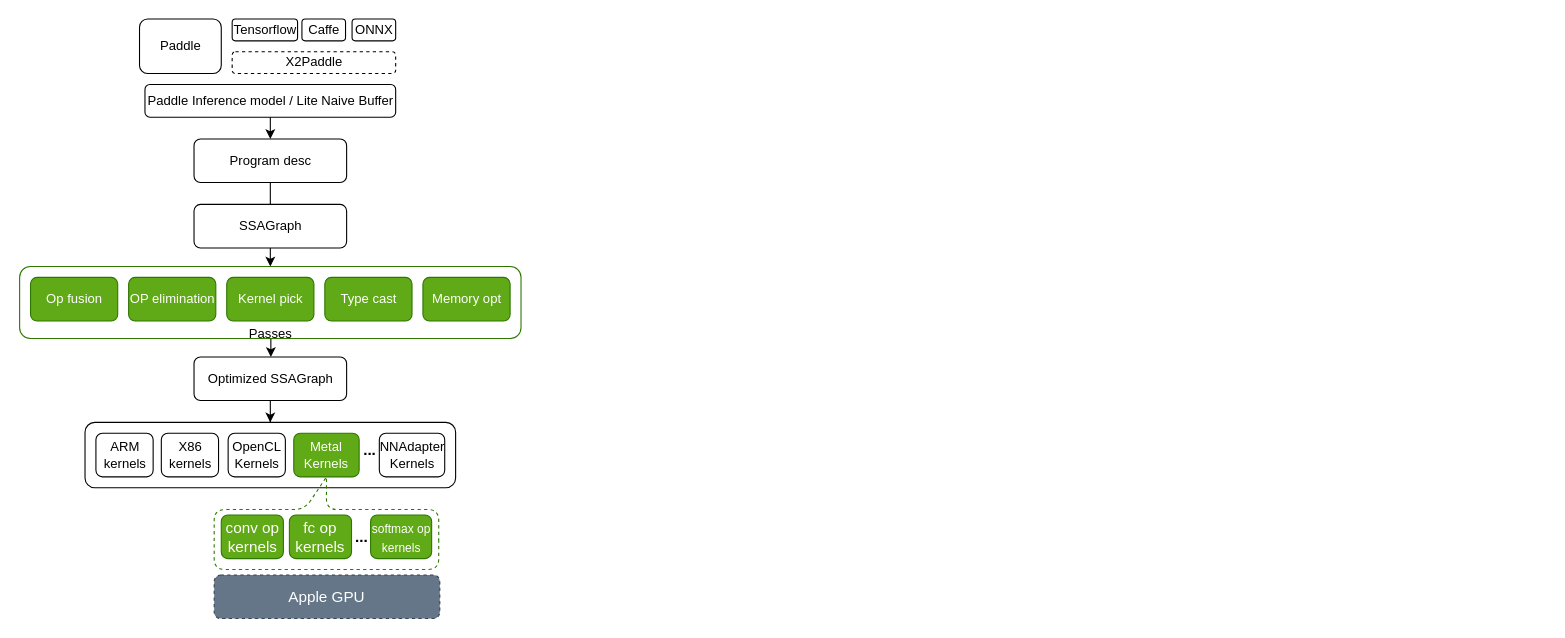
Before: page "Page-2" (2 of 2) of docs/metal.drawio in zhangjun/my_notes, a draw.io diagram. Source tidied: cells renumbered, new cells numbered last; positions are measured from the earlier drawing's top-left corner, leaving out a move shared by most shapes. Both pictures are drawn from the tidied source at 109%, with x=0, y=0 at pixel (19, 19).
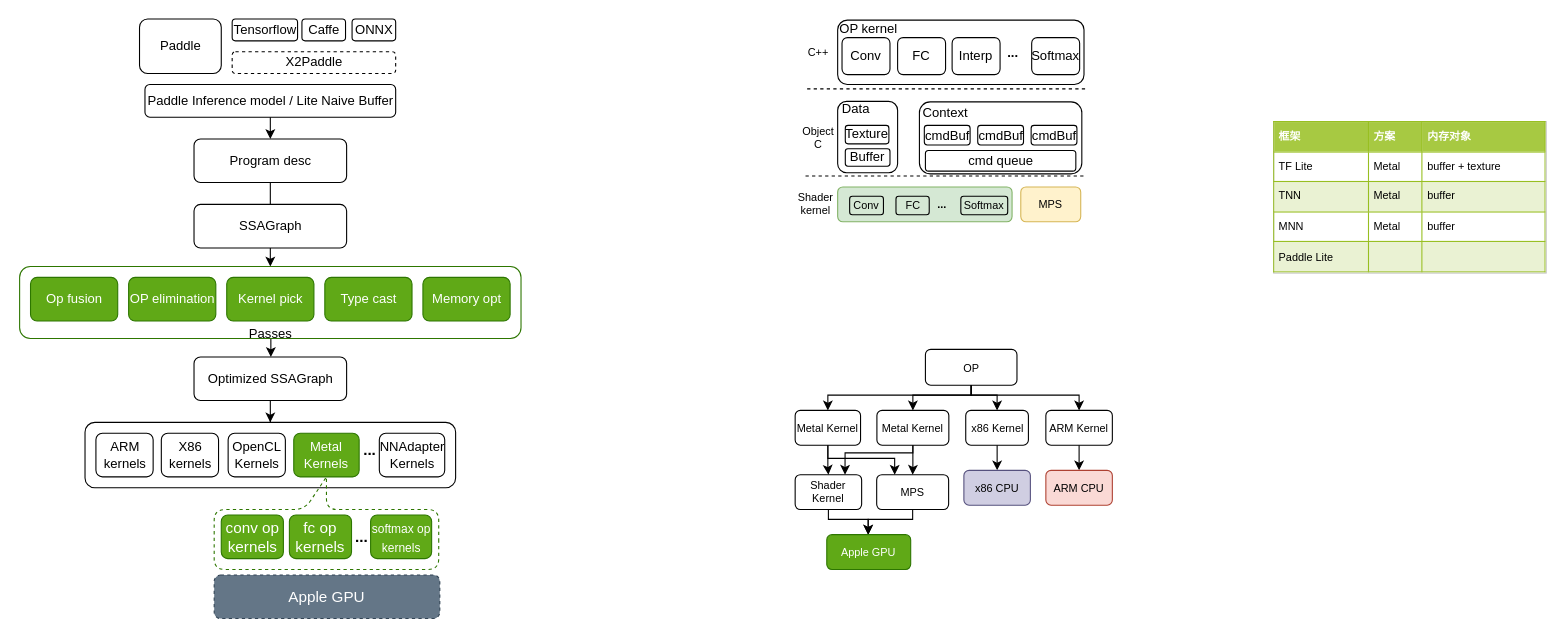
After the change.

Change to the diagram source:
```diff
@@
+    <mxCell id="34" style="rounded=1;whiteSpace=wrap;html=1;" parent="1" vertex="1">
+      <mxGeometry x="751" y="1" width="226" height="59" as="geometry" />
+    </mxCell>
+    <mxCell id="35" value="Conv" style="rounded=1;whiteSpace=wrap;html=1;" parent="1" vertex="1">
+      <mxGeometry x="755" y="17" width="44" height="34" as="geometry" />
+    </mxCell>
+    <mxCell id="36" value="FC" style="rounded=1;whiteSpace=wrap;html=1;" parent="1" vertex="1">
+      <mxGeometry x="806" y="17" width="44" height="34" as="geometry" />
+    </mxCell>
+    <mxCell id="37" value="Interp" style="rounded=1;whiteSpace=wrap;html=1;" parent="1" vertex="1">
+      <mxGeometry x="856" y="17" width="44" height="34" as="geometry" />
+    </mxCell>
+    <mxCell id="38" value="Softmax" style="rounded=1;whiteSpace=wrap;html=1;" parent="1" vertex="1">
+      <mxGeometry x="929" y="17" width="44" height="34" as="geometry" />
+    </mxCell>
+    <mxCell id="39" value="&lt;b&gt;...&lt;/b&gt;" style="text;html=1;strokeColor=none;fillColor=none;align=center;verticalAlign=middle;whiteSpace=wrap;rounded=0;" parent="1" vertex="1">
+      <mxGeometry x="900" y="26" width="24" height="10" as="geometry" />
+    </mxCell>
+    <mxCell id="40" value="OP kernel" style="text;html=1;strokeColor=none;fillColor=none;align=center;verticalAlign=middle;whiteSpace=wrap;rounded=0;" parent="1" vertex="1">
+      <mxGeometry x="751" width="57" height="17" as="geometry" />
+    </mxCell>
+    <mxCell id="41" value="cmdBuf" style="rounded=1;whiteSpace=wrap;html=1;" parent="1" vertex="1">
+      <mxGeometry x="830.5" y="97.5" width="42" height="18" as="geometry" />
+    </mxCell>
+    <mxCell id="42" value="cmdBuf" style="rounded=1;whiteSpace=wrap;html=1;" parent="1" vertex="1">
+      <mxGeometry x="879.5" y="97.5" width="42" height="18" as="geometry" />
+    </mxCell>
+    <mxCell id="43" value="cmdBuf" style="rounded=1;whiteSpace=wrap;html=1;" parent="1" vertex="1">
+      <mxGeometry x="928.5" y="97.5" width="42" height="18" as="geometry" />
+    </mxCell>
+    <mxCell id="44" value="cmd queue" style="rounded=1;whiteSpace=wrap;html=1;" parent="1" vertex="1">
+      <mxGeometry x="831.5" y="120.5" width="138" height="19" as="geometry" />
+    </mxCell>
+    <mxCell id="45" style="rounded=1;whiteSpace=wrap;html=1;fillColor=none;" parent="1" vertex="1">
+      <mxGeometry x="826" y="76" width="149" height="66" as="geometry" />
+    </mxCell>
+    <mxCell id="46" value="Context" style="text;html=1;strokeColor=none;fillColor=none;align=center;verticalAlign=middle;whiteSpace=wrap;rounded=0;" parent="1" vertex="1">
+      <mxGeometry x="828.5" y="76" width="42" height="19" as="geometry" />
+    </mxCell>
+    <mxCell id="47" value="Texture" style="rounded=1;whiteSpace=wrap;html=1;fillColor=none;" parent="1" vertex="1">
+      <mxGeometry x="758" y="97.5" width="40" height="17" as="geometry" />
+    </mxCell>
+    <mxCell id="48" value="Buffer" style="rounded=1;whiteSpace=wrap;html=1;fillColor=none;" parent="1" vertex="1">
+      <mxGeometry x="758" y="119" width="41" height="16" as="geometry" />
+    </mxCell>
+    <mxCell id="49" style="rounded=1;whiteSpace=wrap;html=1;fillColor=#d5e8d4;strokeColor=#82b366;" parent="1" vertex="1">
+      <mxGeometry x="751" y="154" width="160" height="32" as="geometry" />
+    </mxCell>
+    <mxCell id="50" style="rounded=1;whiteSpace=wrap;html=1;fillColor=none;" parent="1" vertex="1">
+      <mxGeometry x="751" y="75.5" width="55" height="65.5" as="geometry" />
+    </mxCell>
+    <mxCell id="51" value="Data" style="text;html=1;strokeColor=none;fillColor=none;align=center;verticalAlign=middle;whiteSpace=wrap;rounded=0;" parent="1" vertex="1">
+      <mxGeometry x="751" y="72" width="34" height="22" as="geometry" />
+    </mxCell>
+    <mxCell id="52" value="&lt;div&gt;&lt;span&gt;&lt;font style=&quot;font-size: 10px&quot;&gt;MPS&lt;/font&gt;&lt;/span&gt;&lt;/div&gt;" style="rounded=1;whiteSpace=wrap;html=1;fillColor=#fff2cc;align=center;strokeColor=#d6b656;" parent="1" vertex="1">
+      <mxGeometry x="919" y="154" width="55" height="32" as="geometry" />
+    </mxCell>
+    <mxCell id="53" value="Conv" style="rounded=1;whiteSpace=wrap;html=1;fontFamily=Helvetica;fontSize=10;fillColor=none;" parent="1" vertex="1">
+      <mxGeometry x="762" y="162.5" width="31" height="17" as="geometry" />
+    </mxCell>
+    <mxCell id="54" value="FC" style="rounded=1;whiteSpace=wrap;html=1;fontFamily=Helvetica;fontSize=10;fillColor=none;" parent="1" vertex="1">
+      <mxGeometry x="804.5" y="162.5" width="30.5" height="17" as="geometry" />
+    </mxCell>
+    <mxCell id="55" value="Softmax" style="rounded=1;whiteSpace=wrap;html=1;fontFamily=Helvetica;fontSize=10;fillColor=none;" parent="1" vertex="1">
+      <mxGeometry x="864" y="162.5" width="43" height="17" as="geometry" />
+    </mxCell>
+    <mxCell id="56" value="&lt;b&gt;...&lt;/b&gt;" style="text;html=1;strokeColor=none;fillColor=none;align=center;verticalAlign=middle;whiteSpace=wrap;rounded=0;fontFamily=Helvetica;fontSize=10;" parent="1" vertex="1">
+      <mxGeometry x="830" y="162.5" width="34" height="14" as="geometry" />
+    </mxCell>
+    <mxCell id="57" value="Shader&lt;br&gt;kernel" style="text;html=1;strokeColor=none;fillColor=none;align=center;verticalAlign=middle;whiteSpace=wrap;rounded=0;fontFamily=Helvetica;fontSize=10;" parent="1" vertex="1">
+      <mxGeometry x="711" y="161.5" width="40" height="15" as="geometry" />
+    </mxCell>
+    <mxCell id="58" style="endArrow=none;dashed=1;html=1;rounded=0;fontFamily=Helvetica;fontSize=10;" parent="1" edge="1">
+      <mxGeometry relative="1" as="geometry">
+        <mxPoint x="723" y="64" as="sourcePoint" />
+        <mxPoint x="979" y="64" as="targetPoint" />
+      </mxGeometry>
+    </mxCell>
+    <mxCell id="59" value="C++" style="text;html=1;strokeColor=none;fillColor=none;align=center;verticalAlign=middle;whiteSpace=wrap;rounded=0;fontFamily=Helvetica;fontSize=10;" parent="1" vertex="1">
+      <mxGeometry x="718" y="22.5" width="31" height="15" as="geometry" />
+    </mxCell>
+    <mxCell id="60" value="Object C" style="text;html=1;strokeColor=none;fillColor=none;align=center;verticalAlign=middle;whiteSpace=wrap;rounded=0;fontFamily=Helvetica;fontSize=10;" parent="1" vertex="1">
+      <mxGeometry x="718" y="101.5" width="31" height="15" as="geometry" />
+    </mxCell>
+    <mxCell id="61" style="endArrow=none;dashed=1;html=1;rounded=0;fontFamily=Helvetica;fontSize=10;" parent="1" edge="1">
+      <mxGeometry relative="1" as="geometry">
+        <mxPoint x="721.5" y="144" as="sourcePoint" />
+        <mxPoint x="977.5" y="144" as="targetPoint" />
+      </mxGeometry>
+    </mxCell>
+    <mxCell id="62" style="edgeStyle=orthogonalEdgeStyle;rounded=0;jettySize=auto;html=1;fontFamily=Helvetica;fontSize=10;entryX=0.5;entryY=0;entryDx=0;entryDy=0;" parent="1" edge="1" source="66" target="69">
+      <mxGeometry relative="1" as="geometry">
+        <Array as="points">
+          <mxPoint x="874" y="345" />
+          <mxPoint x="742" y="345" />
+        </Array>
+      </mxGeometry>
+    </mxCell>
+    <mxCell id="63" style="edgeStyle=orthogonalEdgeStyle;rounded=0;jettySize=auto;html=1;fontFamily=Helvetica;fontSize=10;entryX=0.5;entryY=0;entryDx=0;entryDy=0;" parent="1" edge="1" source="66" target="72">
+      <mxGeometry relative="1" as="geometry">
+        <Array as="points">
+          <mxPoint x="874" y="345" />
+          <mxPoint x="820" y="345" />
+        </Array>
+      </mxGeometry>
+    </mxCell>
+    <mxCell id="64" style="edgeStyle=orthogonalEdgeStyle;rounded=0;jettySize=auto;html=1;fontFamily=Helvetica;fontSize=10;entryX=0.5;entryY=0;entryDx=0;entryDy=0;" parent="1" edge="1" source="66" target="78">
+      <mxGeometry relative="1" as="geometry">
+        <Array as="points">
+          <mxPoint x="874" y="345" />
+          <mxPoint x="897" y="345" />
+        </Array>
+      </mxGeometry>
+    </mxCell>
+    <mxCell id="65" style="edgeStyle=orthogonalEdgeStyle;rounded=0;jettySize=auto;html=1;fontFamily=Helvetica;fontSize=10;entryX=0.5;entryY=0;entryDx=0;entryDy=0;" parent="1" edge="1" source="66" target="80">
+      <mxGeometry relative="1" as="geometry">
+        <Array as="points">
+          <mxPoint x="874" y="345" />
+          <mxPoint x="973" y="345" />
+        </Array>
+      </mxGeometry>
+    </mxCell>
+    <mxCell id="66" value="OP" style="rounded=1;whiteSpace=wrap;html=1;fontFamily=Helvetica;fontSize=10;fillColor=none;" parent="1" vertex="1">
+      <mxGeometry x="831.5" y="303" width="84" height="33" as="geometry" />
+    </mxCell>
+    <mxCell id="67" style="edgeStyle=orthogonalEdgeStyle;rounded=0;jettySize=auto;html=1;fontFamily=Helvetica;fontSize=10;entryX=0.25;entryY=0;entryDx=0;entryDy=0;" parent="1" edge="1" source="69" target="76">
+      <mxGeometry relative="1" as="geometry">
+        <Array as="points">
+          <mxPoint x="742" y="403" />
+          <mxPoint x="803" y="403" />
+        </Array>
+      </mxGeometry>
+    </mxCell>
+    <mxCell id="68" style="edgeStyle=orthogonalEdgeStyle;rounded=0;jettySize=auto;html=1;fontFamily=Helvetica;fontSize=10;entryX=0.5;entryY=0;entryDx=0;entryDy=0;" parent="1" edge="1" source="69" target="74">
+      <mxGeometry relative="1" as="geometry" />
+    </mxCell>
+    <mxCell id="69" value="Metal Kernel" style="rounded=1;whiteSpace=wrap;html=1;fontFamily=Helvetica;fontSize=10;fillColor=none;" parent="1" vertex="1">
+      <mxGeometry x="712" y="359" width="60" height="32" as="geometry" />
+    </mxCell>
+    <mxCell id="70" style="edgeStyle=orthogonalEdgeStyle;rounded=0;jettySize=auto;html=1;fontFamily=Helvetica;fontSize=10;entryX=0.75;entryY=0;entryDx=0;entryDy=0;exitX=0.5;exitY=1;exitDx=0;exitDy=0;" parent="1" edge="1" source="72" target="74">
+      <mxGeometry relative="1" as="geometry">
+        <Array as="points">
+          <mxPoint x="820" y="398" />
+          <mxPoint x="758" y="398" />
+        </Array>
+      </mxGeometry>
+    </mxCell>
+    <mxCell id="71" style="edgeStyle=orthogonalEdgeStyle;rounded=0;jettySize=auto;html=1;fontFamily=Helvetica;fontSize=10;entryX=0.5;entryY=0;entryDx=0;entryDy=0;" parent="1" edge="1" source="72" target="76">
+      <mxGeometry relative="1" as="geometry" />
+    </mxCell>
+    <mxCell id="72" value="Metal Kernel" style="rounded=1;whiteSpace=wrap;html=1;fontFamily=Helvetica;fontSize=10;fillColor=none;" parent="1" vertex="1">
+      <mxGeometry x="787" y="359" width="66" height="32" as="geometry" />
+    </mxCell>
+    <mxCell id="73" style="edgeStyle=orthogonalEdgeStyle;rounded=0;jettySize=auto;html=1;fontFamily=Helvetica;fontSize=10;" parent="1" edge="1" source="74" target="82">
+      <mxGeometry relative="1" as="geometry">
+        <Array as="points">
+          <mxPoint x="743" y="459" />
+          <mxPoint x="779" y="459" />
+        </Array>
+      </mxGeometry>
+    </mxCell>
+    <mxCell id="74" value="Shader Kernel" style="rounded=1;whiteSpace=wrap;html=1;fontFamily=Helvetica;fontSize=10;fillColor=none;" parent="1" vertex="1">
+      <mxGeometry x="712" y="418" width="61" height="32" as="geometry" />
+    </mxCell>
+    <mxCell id="75" style="edgeStyle=orthogonalEdgeStyle;rounded=0;jettySize=auto;html=1;fontFamily=Helvetica;fontSize=10;" parent="1" edge="1" source="76" target="82">
+      <mxGeometry relative="1" as="geometry">
+        <Array as="points">
+          <mxPoint x="820" y="459" />
+          <mxPoint x="779" y="459" />
+        </Array>
+      </mxGeometry>
+    </mxCell>
+    <mxCell id="76" value="MPS" style="rounded=1;whiteSpace=wrap;html=1;fontFamily=Helvetica;fontSize=10;fillColor=none;" parent="1" vertex="1">
+      <mxGeometry x="786.8" y="418" width="66" height="32" as="geometry" />
+    </mxCell>
+    <mxCell id="77" style="edgeStyle=orthogonalEdgeStyle;rounded=0;jettySize=auto;html=1;fontFamily=Helvetica;fontSize=10;" parent="1" edge="1" source="78" target="83">
+      <mxGeometry relative="1" as="geometry" />
+    </mxCell>
+    <mxCell id="78" value="x86 Kernel" style="rounded=1;whiteSpace=wrap;html=1;fontFamily=Helvetica;fontSize=10;fillColor=none;" parent="1" vertex="1">
+      <mxGeometry x="868.5" y="359" width="57.5" height="32" as="geometry" />
+    </mxCell>
+    <mxCell id="79" style="edgeStyle=orthogonalEdgeStyle;rounded=0;jettySize=auto;html=1;fontFamily=Helvetica;fontSize=10;" parent="1" edge="1" source="80" target="81">
+      <mxGeometry relative="1" as="geometry" />
+    </mxCell>
+    <mxCell id="80" value="ARM Kernel" style="rounded=1;whiteSpace=wrap;html=1;fontFamily=Helvetica;fontSize=10;fillColor=none;" parent="1" vertex="1">
+      <mxGeometry x="942" y="359" width="61" height="32" as="geometry" />
+    </mxCell>
+    <mxCell id="81" value="ARM CPU" style="rounded=1;whiteSpace=wrap;html=1;fontFamily=Helvetica;fontSize=10;fillColor=#fad9d5;strokeColor=#ae4132;" parent="1" vertex="1">
+      <mxGeometry x="942" y="414" width="61" height="32" as="geometry" />
+    </mxCell>
+    <mxCell id="82" value="Apple GPU" style="rounded=1;whiteSpace=wrap;html=1;fontFamily=Helvetica;fontSize=10;fillColor=#60a917;fontColor=#ffffff;strokeColor=#2D7600;" parent="1" vertex="1">
+      <mxGeometry x="741" y="473" width="77" height="32" as="geometry" />
+    </mxCell>
+    <mxCell id="83" value="x86 CPU" style="rounded=1;whiteSpace=wrap;html=1;fontFamily=Helvetica;fontSize=10;fillColor=#d0cee2;strokeColor=#56517e;" parent="1" vertex="1">
+      <mxGeometry x="866.8" y="414" width="61" height="32" as="geometry" />
+    </mxCell>
+    <mxCell id="84" value="&lt;table border=&quot;1&quot; width=&quot;100%&quot; cellpadding=&quot;4&quot; style=&quot;width: 100% ; height: 100% ; border-collapse: collapse&quot;&gt;&lt;tbody&gt;&lt;tr style=&quot;background-color: #a7c942 ; color: #ffffff ; border: 1px solid #98bf21&quot;&gt;&lt;th align=&quot;left&quot;&gt;框架&lt;/th&gt;&lt;th align=&quot;left&quot;&gt;方案&lt;/th&gt;&lt;th align=&quot;left&quot;&gt;内存对象&lt;/th&gt;&lt;/tr&gt;&lt;tr style=&quot;border: 1px solid #98bf21&quot;&gt;&lt;td&gt;TF Lite&lt;/td&gt;&lt;td&gt;Metal&lt;/td&gt;&lt;td&gt;buffer + texture&lt;/td&gt;&lt;/tr&gt;&lt;tr style=&quot;background-color: #eaf2d3 ; border: 1px solid #98bf21&quot;&gt;&lt;td&gt;TNN&lt;/td&gt;&lt;td&gt;Metal&lt;/td&gt;&lt;td&gt;buffer&lt;/td&gt;&lt;/tr&gt;&lt;tr style=&quot;border: 1px solid #98bf21&quot;&gt;&lt;td&gt;MNN&lt;/td&gt;&lt;td&gt;Metal&lt;/td&gt;&lt;td&gt;buffer&lt;/td&gt;&lt;/tr&gt;&lt;tr style=&quot;background-color: #eaf2d3 ; border: 1px solid #98bf21&quot;&gt;&lt;td&gt;Paddle Lite&lt;/td&gt;&lt;td&gt;&lt;br&gt;&lt;/td&gt;&lt;td&gt;&lt;br&gt;&lt;/td&gt;&lt;/tr&gt;&lt;/tbody&gt;&lt;/table&gt;" style="text;html=1;strokeColor=#c0c0c0;fillColor=#ffffff;overflow=fill;rounded=0;fontFamily=Helvetica;fontSize=10;" parent="1" vertex="1">
+      <mxGeometry x="1151" y="94" width="250" height="139" as="geometry" />
+    </mxCell>
```
